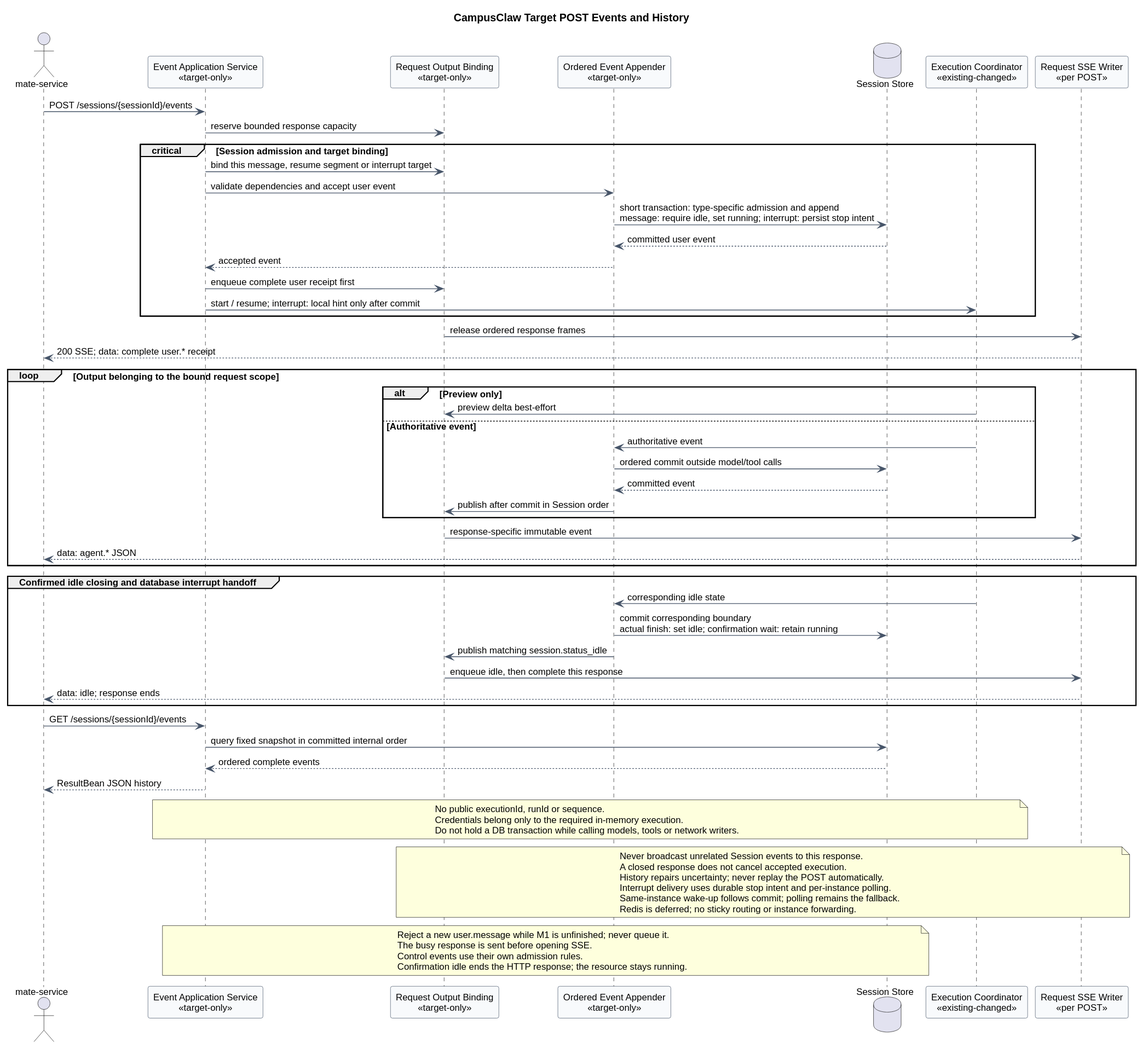
ssm0808/pi-mono-java-design keeps this PlantUML diagram as 01-总体架构/01-CampusClaw多Agent运行时/设计图/事件接口重设计/target_session_events_resource_model.svg. Above is the earlier version.
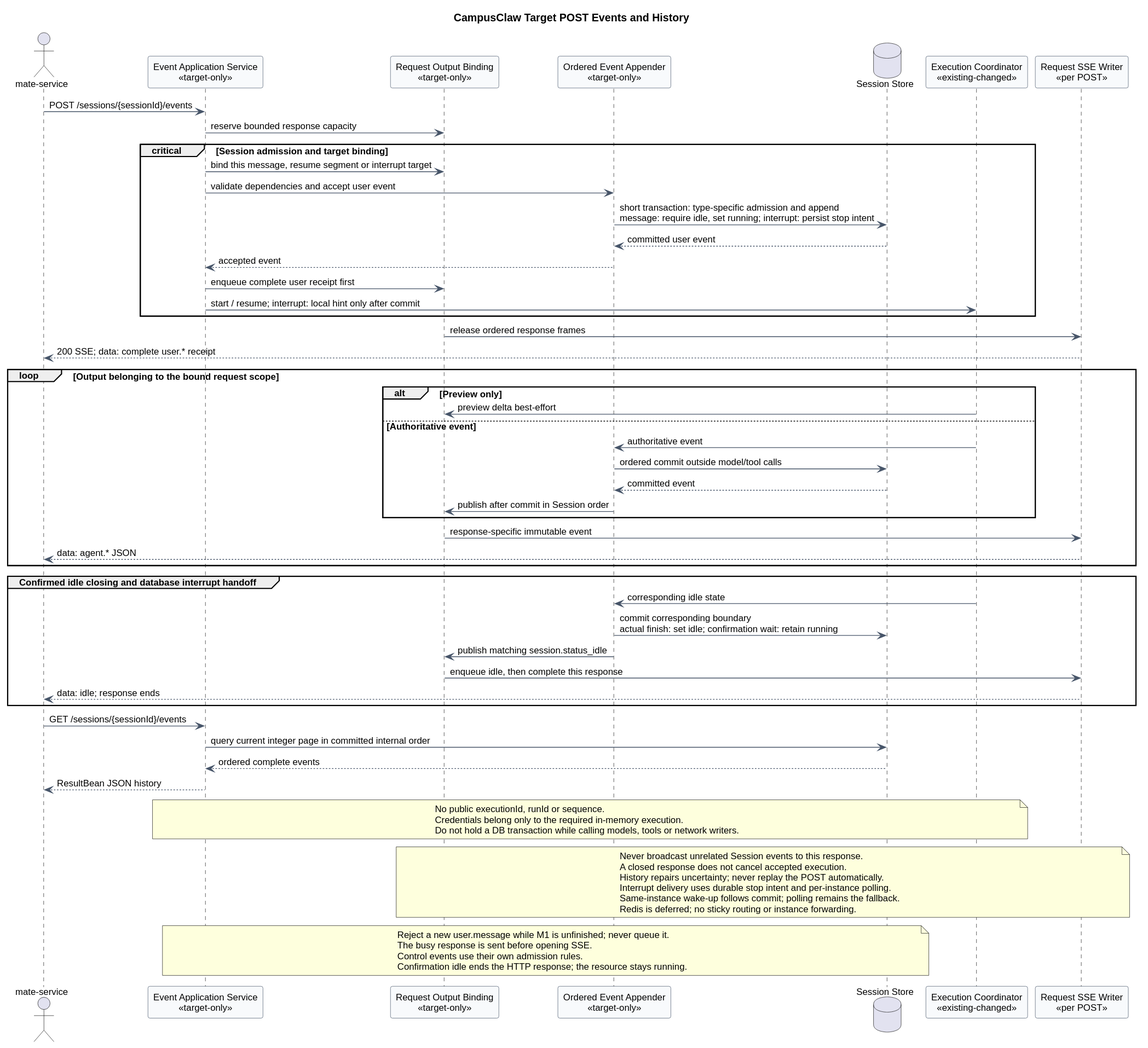
After the commit.

Diff of the diagram source:
```diff
@@ -51,7 +51,7 @@
   Writer --> Mate : data: idle; response ends
 end
 Mate -> API : GET /sessions/{sessionId}/events
-API -> Store : query fixed snapshot in committed internal order
+API -> Store : query current integer page in committed internal order
 Store --> API : ordered complete events
 API --> Mate : ResultBean JSON history
 
```
